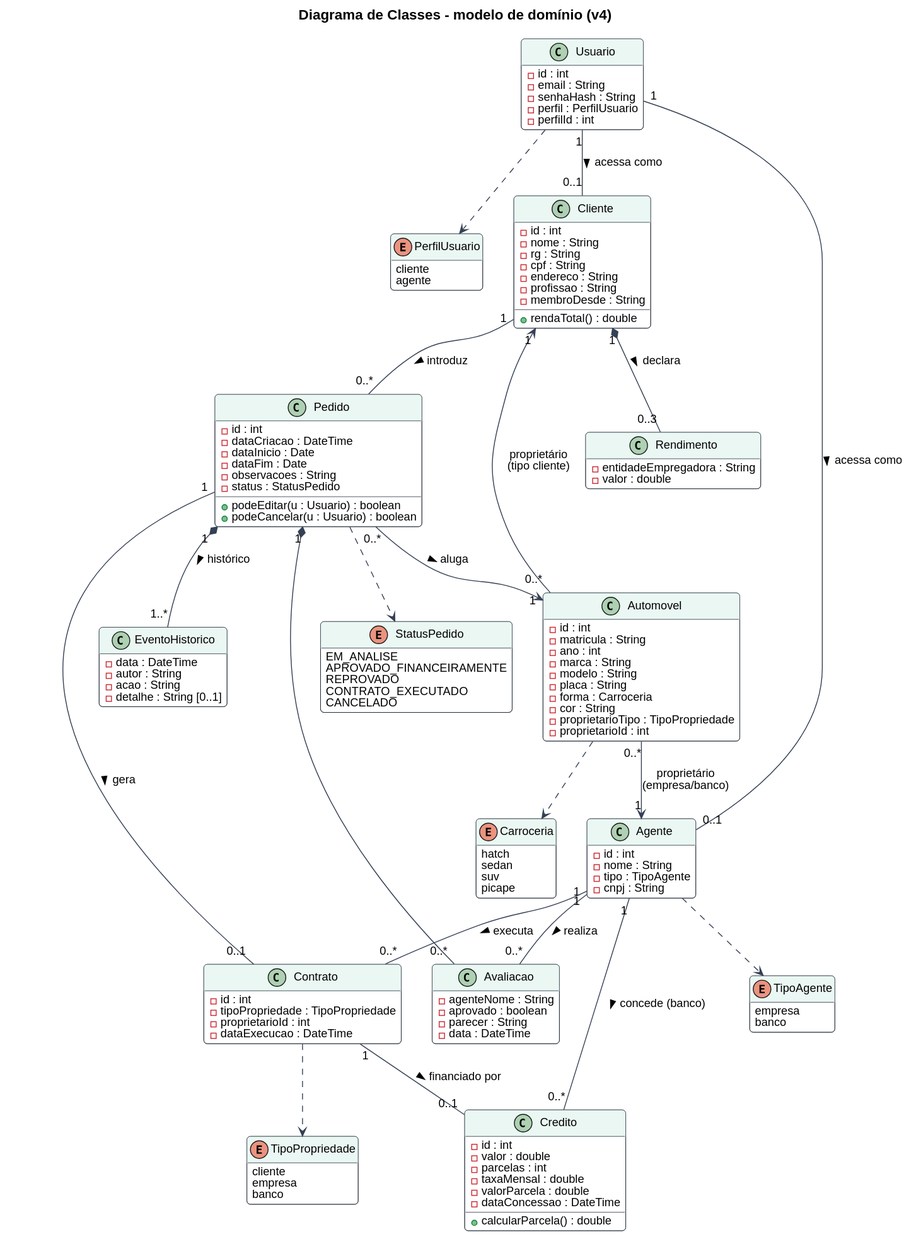
Above: docs/v4/classes.svg in GiviMelo/lab02_diw (PlantUML), before the change. Source of this version:
```plantuml
@startuml
!include estilo.iuml
title Diagrama de Classes - modelo de domínio (v4)
hide empty methods

enum PerfilUsuario {
  cliente
  agente
}
enum TipoAgente {
  empresa
  banco
}
enum TipoPropriedade {
  cliente
  empresa
  banco
}
enum StatusPedido {
  EM_ANALISE
  APROVADO_FINANCEIRAMENTE
  REPROVADO
  CONTRATO_EXECUTADO
  CANCELADO
}
enum Carroceria {
  hatch
  sedan
  suv
  picape
}

class Usuario {
  - id : int
  - email : String
  - senhaHash : String
  - perfil : PerfilUsuario
  - perfilId : int
}

class Cliente {
  - id : int
  - nome : String
  - rg : String
  - cpf : String
  - endereco : String
  - profissao : String
  - membroDesde : String
  + rendaTotal() : double
}

class Rendimento {
  - entidadeEmpregadora : String
  - valor : double
}

class Agente {
  - id : int
  - nome : String
  - tipo : TipoAgente
  - cnpj : String
}

class Automovel {
  - id : int
  - matricula : String
  - ano : int
  - marca : String
  - modelo : String
  - placa : String
  - forma : Carroceria
  - cor : String
  - proprietarioTipo : TipoPropriedade
  - proprietarioId : int
}

class Pedido {
  - id : int
  - dataCriacao : DateTime
  - dataInicio : Date
  - dataFim : Date
  - observacoes : String
  - status : StatusPedido
  + podeEditar(u : Usuario) : boolean
  + podeCancelar(u : Usuario) : boolean
}

class Avaliacao {
  - agenteNome : String
  - aprovado : boolean
  - parecer : String
  - data : DateTime
}

class EventoHistorico {
  - data : DateTime
  - autor : String
  - acao : String
  - detalhe : String [0..1]
}

class Contrato {
  - id : int
  - tipoPropriedade : TipoPropriedade
  - proprietarioId : int
  - dataExecucao : DateTime
}

class Credito {
  - id : int
  - valor : double
  - parcelas : int
  - taxaMensal : double
  - valorParcela : double
  - dataConcessao : DateTime
  + calcularParcela() : double
}

Usuario "1" -- "0..1" Cliente : acessa como >
Usuario "1" -- "0..1" Agente : acessa como >
Cliente "1" *-- "0..3" Rendimento : declara >
Cliente "1" -- "0..*" Pedido : introduz >
Pedido "0..*" --> "1" Automovel : aluga >
Pedido "1" *-- "0..*" Avaliacao
Pedido "1" *-- "1..*" EventoHistorico : histórico >
Agente "1" -- "0..*" Avaliacao : realiza >
Pedido "1" -- "0..1" Contrato : gera >
Agente "1" -- "0..*" Contrato : executa >
Contrato "1" -- "0..1" Credito : financiado por >
Agente "1" -- "0..*" Credito : concede (banco) >
Automovel "0..*" --> "1" Cliente : proprietário\n(tipo cliente)
Automovel "0..*" --> "1" Agente : proprietário\n(empresa/banco)

Usuario ..> PerfilUsuario
Agente ..> TipoAgente
Pedido ..> StatusPedido
Automovel ..> Carroceria
Contrato ..> TipoPropriedade
@enduml
```
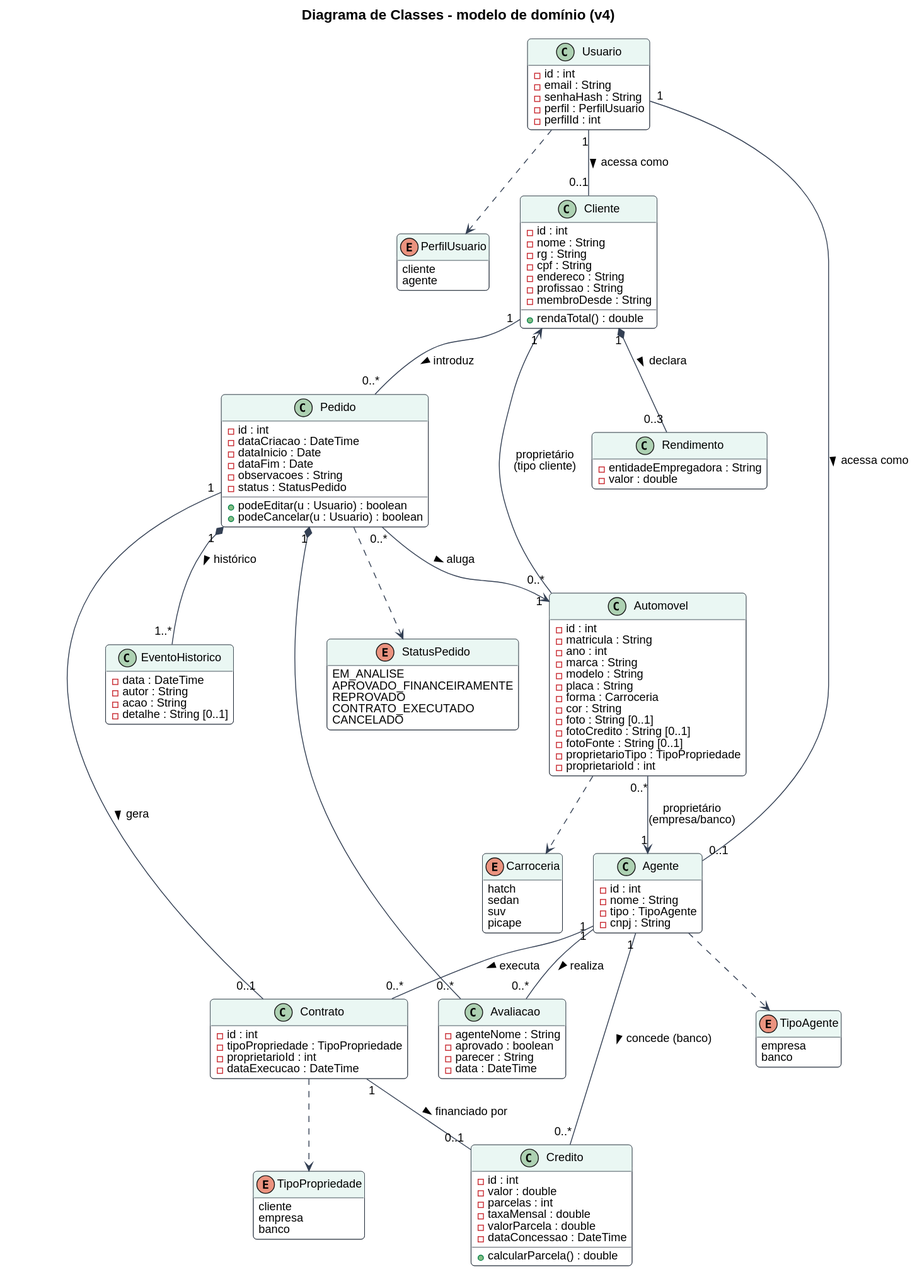
The same file after the commit.

Change to the diagram source:
```diff
@@ -70,6 +70,9 @@
   - placa : String
   - forma : Carroceria
   - cor : String
+  - foto : String [0..1]
+  - fotoCredito : String [0..1]
+  - fotoFonte : String [0..1]
   - proprietarioTipo : TipoPropriedade
   - proprietarioId : int
 }
```
